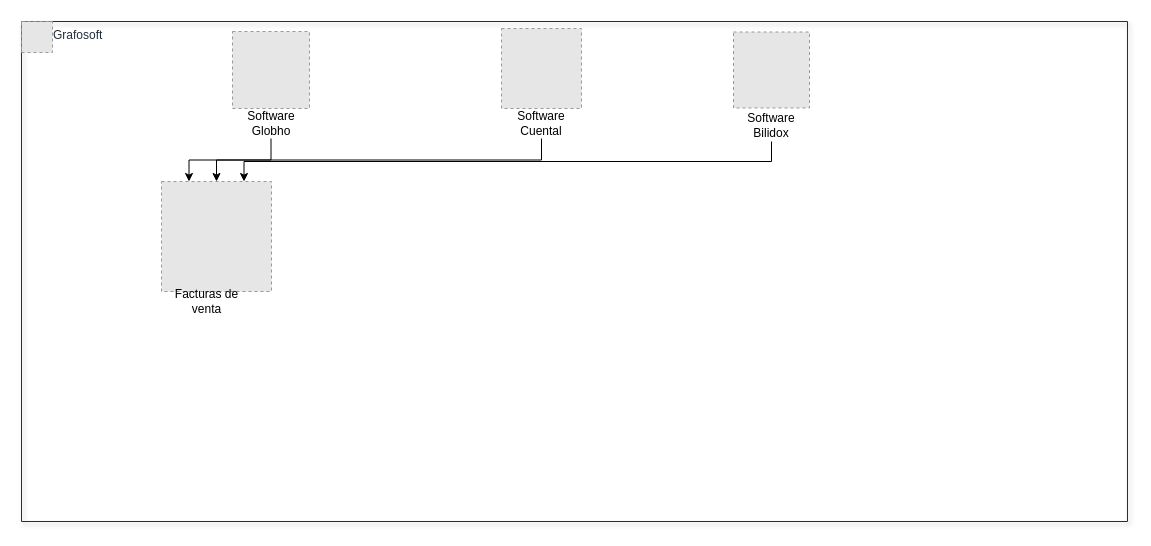
Above: Diagrama sin título.drawio in JhonDavidHernandezCampus/Diagramas (draw.io), before the change. Source tidied: cells renumbered, new cells numbered last; positions are measured from the earlier drawing's top-left corner, leaving out a move shared by most shapes. Both pictures are drawn from the tidied source at 100%, with x=0, y=0 at pixel (21, 21). Pictures stored in the file or linked from it are replaced by grey dashed boxes.
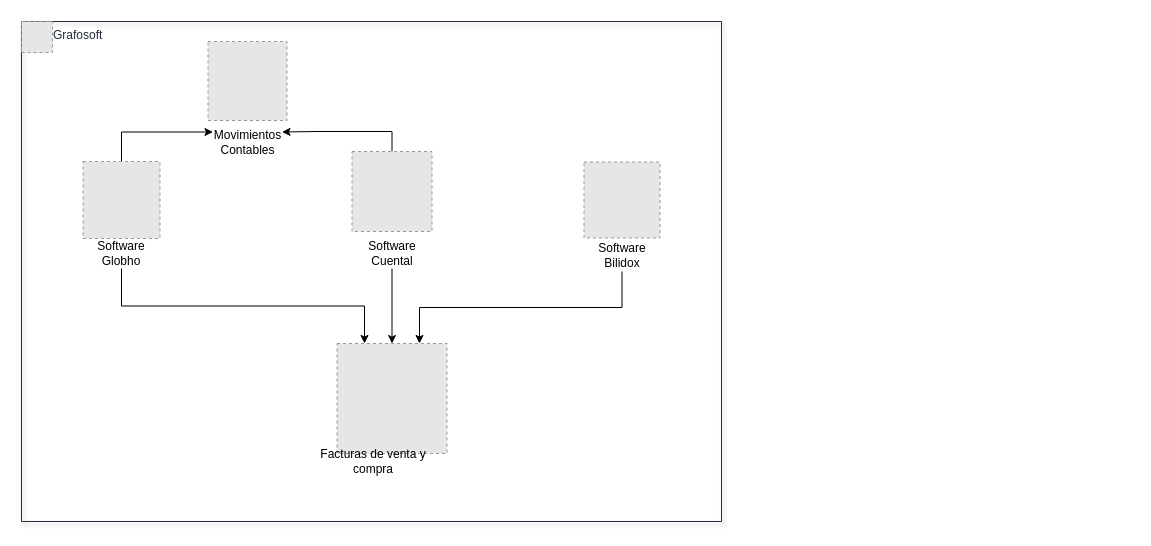
The same page after the edit.

What changed in the source:
```diff
@@
 <mxGraphModel>
   <root>
     <mxCell id="0" />
     <mxCell id="1" parent="0" />
     <mxCell id="2" value="Grafosoft" style="gradientColor=none;html=1;whiteSpace=wrap;fontSize=12;fontStyle=0;shape=mxgraph.aws4.group;grIcon=mxgraph.aws4.group_aws_cloud_alt;strokeColor=#232F3E;fillColor=none;verticalAlign=top;align=left;spacingLeft=30;fontColor=#232F3E;dashed=0;labelBackgroundColor=#ffffff;shadow=1;" parent="1" vertex="1">
-      <mxGeometry width="1106" height="500" as="geometry" />
+      <mxGeometry width="700" height="500" as="geometry" />
     </mxCell>
+    <mxCell id="16" style="edgeStyle=orthogonalEdgeStyle;rounded=0;jettySize=auto;html=1;exitX=0.5;exitY=0;exitDx=0;exitDy=0;entryX=0;entryY=0.25;entryDx=0;entryDy=0;" parent="2" edge="1" source="3" target="19">
+      <mxGeometry relative="1" as="geometry" />
+    </mxCell>
     <mxCell id="3" style="fillColor=#E6E6E6;strokeColor=#999999;dashed=1;verticalLabelPosition=bottom;labelBackgroundColor=default;verticalAlign=top;" parent="2" vertex="1">
-      <mxGeometry x="211" y="10" width="77" height="77" as="geometry" />
+      <mxGeometry x="61.5" y="140" width="77" height="77" as="geometry" />
     </mxCell>
     <mxCell id="4" style="rounded=1;whiteSpace=wrap;html=1;" parent="2" vertex="1">
       <mxGeometry width="30" height="30" as="geometry" />
     </mxCell>
     <mxCell id="5" style="fillColor=#E6E6E6;strokeColor=#999999;dashed=1;verticalLabelPosition=bottom;labelBackgroundColor=default;verticalAlign=top;" parent="2" vertex="1">
       <mxGeometry width="31" height="31" as="geometry" />
     </mxCell>
-    <mxCell id="6" style="edgeStyle=orthogonalEdgeStyle;rounded=0;jettySize=auto;html=1;exitX=0.5;exitY=1;exitDx=0;exitDy=0;" parent="2" edge="1" source="7" target="14">
+    <mxCell id="6" style="edgeStyle=orthogonalEdgeStyle;rounded=0;jettySize=auto;html=1;exitX=0.5;exitY=1;exitDx=0;exitDy=0;entryX=0.25;entryY=0;entryDx=0;entryDy=0;" parent="2" edge="1" source="7" target="14">
       <mxGeometry relative="1" as="geometry" />
     </mxCell>
     <mxCell id="7" value="Software&lt;br&gt;Globho" style="text;html=1;align=center;verticalAlign=middle;whiteSpace=wrap;rounded=0;" parent="2" vertex="1">
-      <mxGeometry x="219.5" y="87" width="60" height="30" as="geometry" />
+      <mxGeometry x="70" y="217" width="60" height="30" as="geometry" />
     </mxCell>
-    <mxCell id="8" style="edgeStyle=orthogonalEdgeStyle;rounded=0;jettySize=auto;html=1;exitX=0.5;exitY=1;exitDx=0;exitDy=0;entryX=0.25;entryY=0;entryDx=0;entryDy=0;" parent="2" edge="1" source="9" target="14">
+    <mxCell id="8" style="edgeStyle=orthogonalEdgeStyle;rounded=0;jettySize=auto;html=1;exitX=0.5;exitY=1;exitDx=0;exitDy=0;" parent="2" edge="1" source="9" target="14">
       <mxGeometry relative="1" as="geometry" />
     </mxCell>
     <mxCell id="9" value="Software&lt;br&gt;Cuental" style="text;html=1;align=center;verticalAlign=middle;whiteSpace=wrap;rounded=0;" parent="2" vertex="1">
-      <mxGeometry x="490" y="87" width="60" height="30" as="geometry" />
+      <mxGeometry x="340.5" y="217" width="60" height="30" as="geometry" />
     </mxCell>
     <mxCell id="10" style="edgeStyle=orthogonalEdgeStyle;rounded=0;jettySize=auto;html=1;exitX=0.5;exitY=1;exitDx=0;exitDy=0;entryX=0.75;entryY=0;entryDx=0;entryDy=0;" parent="2" edge="1" source="11" target="14">
       <mxGeometry relative="1" as="geometry" />
     </mxCell>
     <mxCell id="11" value="Software&lt;br&gt;Bilidox" style="text;html=1;align=center;verticalAlign=middle;whiteSpace=wrap;rounded=0;" parent="2" vertex="1">
-      <mxGeometry x="720" y="87" width="60" height="33" as="geometry" />
+      <mxGeometry x="570.5" y="217" width="60" height="33" as="geometry" />
     </mxCell>
+    <mxCell id="17" style="edgeStyle=orthogonalEdgeStyle;rounded=0;jettySize=auto;html=1;exitX=0.5;exitY=0;exitDx=0;exitDy=0;entryX=1;entryY=0.25;entryDx=0;entryDy=0;" parent="2" edge="1" source="12" target="19">
+      <mxGeometry relative="1" as="geometry" />
+    </mxCell>
     <mxCell id="12" style="fillColor=#E6E6E6;strokeColor=#999999;dashed=1;verticalLabelPosition=bottom;labelBackgroundColor=default;verticalAlign=top;" parent="2" vertex="1">
-      <mxGeometry x="480" y="7" width="80" height="80" as="geometry" />
+      <mxGeometry x="330.5" y="130" width="80" height="80" as="geometry" />
     </mxCell>
     <mxCell id="13" style="fillColor=#E6E6E6;strokeColor=#999999;dashed=1;verticalLabelPosition=bottom;labelBackgroundColor=default;verticalAlign=top;" parent="2" vertex="1">
-      <mxGeometry x="712" y="10.5" width="76" height="76" as="geometry" />
+      <mxGeometry x="562.5" y="140.5" width="76" height="76" as="geometry" />
     </mxCell>
     <mxCell id="14" style="fillColor=#E6E6E6;strokeColor=#999999;dashed=1;verticalLabelPosition=bottom;labelBackgroundColor=default;verticalAlign=top;" parent="2" vertex="1">
-      <mxGeometry x="140" y="160" width="110" height="110" as="geometry" />
+      <mxGeometry x="315.5" y="322" width="110" height="110" as="geometry" />
     </mxCell>
-    <mxCell id="15" value="Facturas de venta" style="text;html=1;align=center;verticalAlign=middle;whiteSpace=wrap;rounded=0;" parent="2" vertex="1">
-      <mxGeometry x="151" y="260" width="69" height="40" as="geometry" />
+    <mxCell id="15" value="Facturas de venta y compra" style="text;html=1;align=center;verticalAlign=middle;whiteSpace=wrap;rounded=0;" parent="2" vertex="1">
+      <mxGeometry x="290" y="420" width="124" height="40" as="geometry" />
     </mxCell>
+    <mxCell id="18" style="fillColor=#E6E6E6;strokeColor=#999999;dashed=1;verticalLabelPosition=bottom;labelBackgroundColor=default;verticalAlign=top;" parent="2" vertex="1">
+      <mxGeometry x="186.5" y="20" width="79" height="79" as="geometry" />
+    </mxCell>
+    <mxCell id="19" value="Movimientos Contables" style="text;html=1;align=center;verticalAlign=middle;whiteSpace=wrap;rounded=0;" parent="2" vertex="1">
+      <mxGeometry x="191.5" y="100.5" width="69" height="40" as="geometry" />
+    </mxCell>
   </root>
 </mxGraphModel>
```
